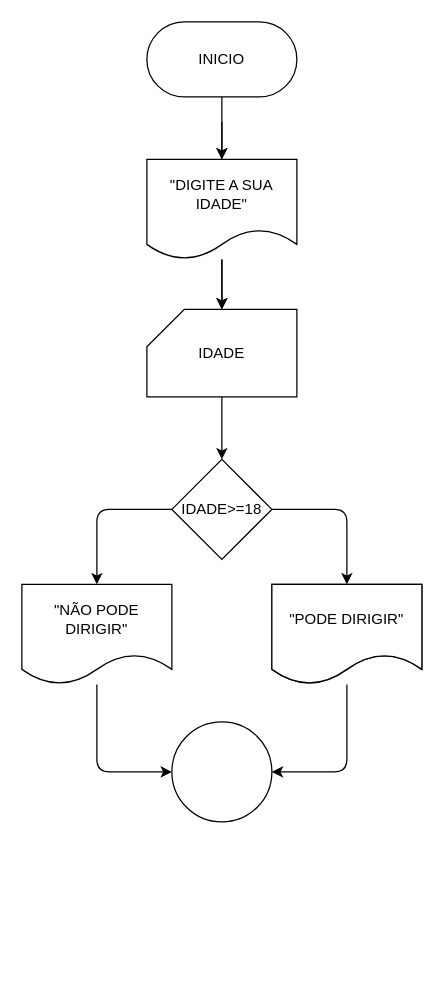
Earlier version of the draw.io diagram 11/11.drawio (MLoubaJr/Estrutura-Sequencial). Source tidied: cells renumbered, new cells numbered last; positions are measured from the earlier drawing's top-left corner, leaving out a move shared by most shapes. Both pictures are drawn from the tidied source at 125%, with x=0, y=0 at pixel (21, 21).
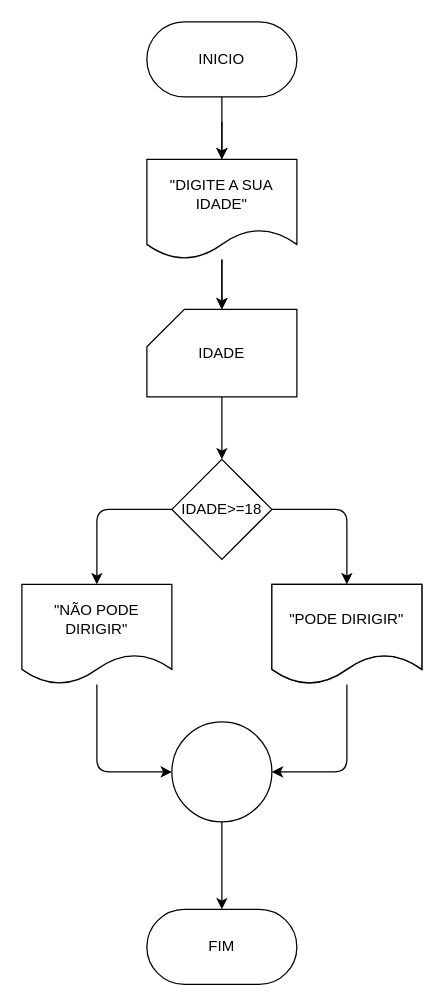
Above is the later version.

The change refers to these unchanged cells:
```xml
<mxCell id="18" style="ellipse;whiteSpace=wrap;html=1;" parent="1" vertex="1">
  <mxGeometry x="120" y="560" width="80" height="80" as="geometry" />
</mxCell>
```

Change to the diagram source:
```diff
@@
+    <mxCell id="19" style="edgeStyle=none;html=1;" parent="1" edge="1" source="18" target="20">
+      <mxGeometry relative="1" as="geometry" />
+    </mxCell>
@@
+    <mxCell id="20" value="FIM" style="rounded=1;whiteSpace=wrap;html=1;arcSize=50;" parent="1" vertex="1">
+      <mxGeometry x="100" y="710" width="120" height="60" as="geometry" />
+    </mxCell>
```
